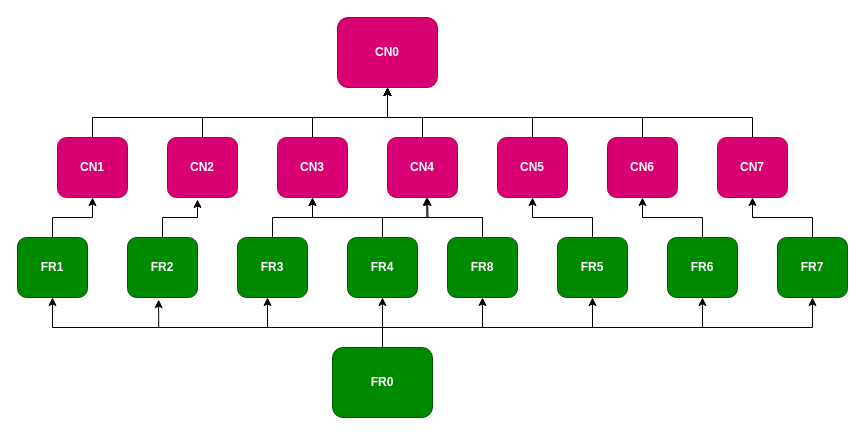
This is page "Page-2" (2 of 2) of Untitled Diagram.drawio from asdismilla/FlowChart, a draw.io file, before an edit. Source tidied: cells renumbered, new cells numbered last; positions are measured from the earlier drawing's top-left corner, leaving out a move shared by most shapes. Both pictures are drawn from the tidied source at 100%, with x=0, y=0 at pixel (17, 17).
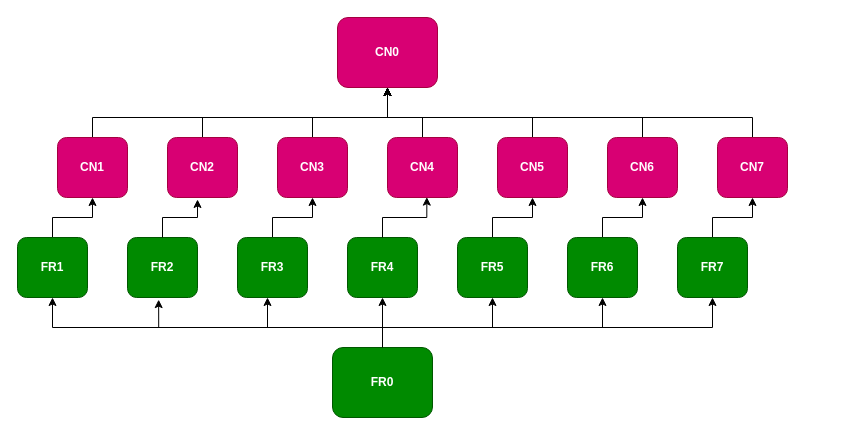
After the change.

Commit message:
FR8 taken out

Unchanged cells that the change refers to:
```xml
<mxCell id="12" value="&lt;b&gt;CN3&lt;/b&gt;" style="rounded=1;whiteSpace=wrap;html=1;fillColor=#d80073;fontColor=#ffffff;strokeColor=#A50040;" parent="1" vertex="1">
  <mxGeometry x="260" y="120" width="70" height="60" as="geometry" />
</mxCell>
<mxCell id="41" value="&lt;b&gt;FR0&lt;/b&gt;" style="rounded=1;whiteSpace=wrap;html=1;fillColor=#008a00;fontColor=#ffffff;strokeColor=#005700;" parent="1" vertex="1">
  <mxGeometry x="315" y="330" width="100" height="70" as="geometry" />
</mxCell>
```

Diff of the diagram source:
```diff
@@
     <mxCell id="18" value="&lt;b&gt;FR7&lt;/b&gt;" style="rounded=1;whiteSpace=wrap;html=1;fillColor=#008a00;fontColor=#ffffff;strokeColor=#005700;" parent="1" vertex="1">
-      <mxGeometry x="760" y="220" width="70" height="60" as="geometry" />
+      <mxGeometry x="660" y="220" width="70" height="60" as="geometry" />
     </mxCell>
@@
     <mxCell id="20" value="&lt;b&gt;FR6&lt;/b&gt;" style="rounded=1;whiteSpace=wrap;html=1;fillColor=#008a00;fontColor=#ffffff;strokeColor=#005700;" parent="1" vertex="1">
-      <mxGeometry x="650" y="220" width="70" height="60" as="geometry" />
+      <mxGeometry x="550" y="220" width="70" height="60" as="geometry" />
     </mxCell>
@@
     <mxCell id="22" value="&lt;b&gt;FR5&lt;/b&gt;" style="rounded=1;whiteSpace=wrap;html=1;fillColor=#008a00;fontColor=#ffffff;strokeColor=#005700;" parent="1" vertex="1">
-      <mxGeometry x="540" y="220" width="70" height="60" as="geometry" />
+      <mxGeometry x="440" y="220" width="70" height="60" as="geometry" />
     </mxCell>
@@
-    <mxCell id="29" style="edgeStyle=orthogonalEdgeStyle;rounded=0;jettySize=auto;html=1;exitX=0.5;exitY=0;exitDx=0;exitDy=0;" parent="1" edge="1" source="31">
-      <mxGeometry relative="1" as="geometry">
-        <mxPoint x="410" y="180" as="targetPoint" />
-      </mxGeometry>
-    </mxCell>
-    <mxCell id="30" style="edgeStyle=orthogonalEdgeStyle;rounded=0;jettySize=auto;html=1;entryX=0.5;entryY=1;entryDx=0;entryDy=0;" parent="1" edge="1" source="31" target="12">
-      <mxGeometry relative="1" as="geometry">
-        <Array as="points">
-          <mxPoint x="465" y="200" />
-          <mxPoint x="295" y="200" />
-        </Array>
-      </mxGeometry>
-    </mxCell>
-    <mxCell id="31" value="&lt;b&gt;FR8&lt;/b&gt;" style="rounded=1;whiteSpace=wrap;html=1;fillColor=#008a00;fontColor=#ffffff;strokeColor=#005700;" parent="1" vertex="1">
-      <mxGeometry x="430" y="220" width="70" height="60" as="geometry" />
-    </mxCell>
@@
-    <mxCell id="37" style="edgeStyle=orthogonalEdgeStyle;rounded=0;jettySize=auto;html=1;entryX=0.5;entryY=1;entryDx=0;entryDy=0;" parent="1" edge="1" source="41" target="31">
-      <mxGeometry relative="1" as="geometry">
-        <Array as="points">
-          <mxPoint x="365" y="310" />
-          <mxPoint x="465" y="310" />
-        </Array>
-      </mxGeometry>
-    </mxCell>
     <mxCell id="38" style="edgeStyle=orthogonalEdgeStyle;rounded=0;jettySize=auto;html=1;entryX=0.5;entryY=1;entryDx=0;entryDy=0;" parent="1" edge="1" source="41" target="22">
       <mxGeometry relative="1" as="geometry">
         <Array as="points">
           <mxPoint x="365" y="310" />
-          <mxPoint x="575" y="310" />
+          <mxPoint x="475" y="310" />
         </Array>
       </mxGeometry>
     </mxCell>
-    <mxCell id="39" style="edgeStyle=orthogonalEdgeStyle;rounded=0;jettySize=auto;html=1;entryX=0.5;entryY=1;entryDx=0;entryDy=0;" parent="1" edge="1" source="41" target="20">
+    <mxCell id="39" style="edgeStyle=orthogonalEdgeStyle;rounded=0;jettySize=auto;html=1;" parent="1" edge="1" source="41" target="20">
       <mxGeometry relative="1" as="geometry">
         <Array as="points">
           <mxPoint x="365" y="310" />
-          <mxPoint x="685" y="310" />
+          <mxPoint x="585" y="310" />
         </Array>
       </mxGeometry>
     </mxCell>
     <mxCell id="40" style="edgeStyle=orthogonalEdgeStyle;rounded=0;jettySize=auto;html=1;entryX=0.5;entryY=1;entryDx=0;entryDy=0;" parent="1" edge="1" source="41" target="18">
       <mxGeometry relative="1" as="geometry">
         <Array as="points">
           <mxPoint x="365" y="310" />
-          <mxPoint x="795" y="310" />
+          <mxPoint x="695" y="310" />
         </Array>
       </mxGeometry>
     </mxCell>
```
